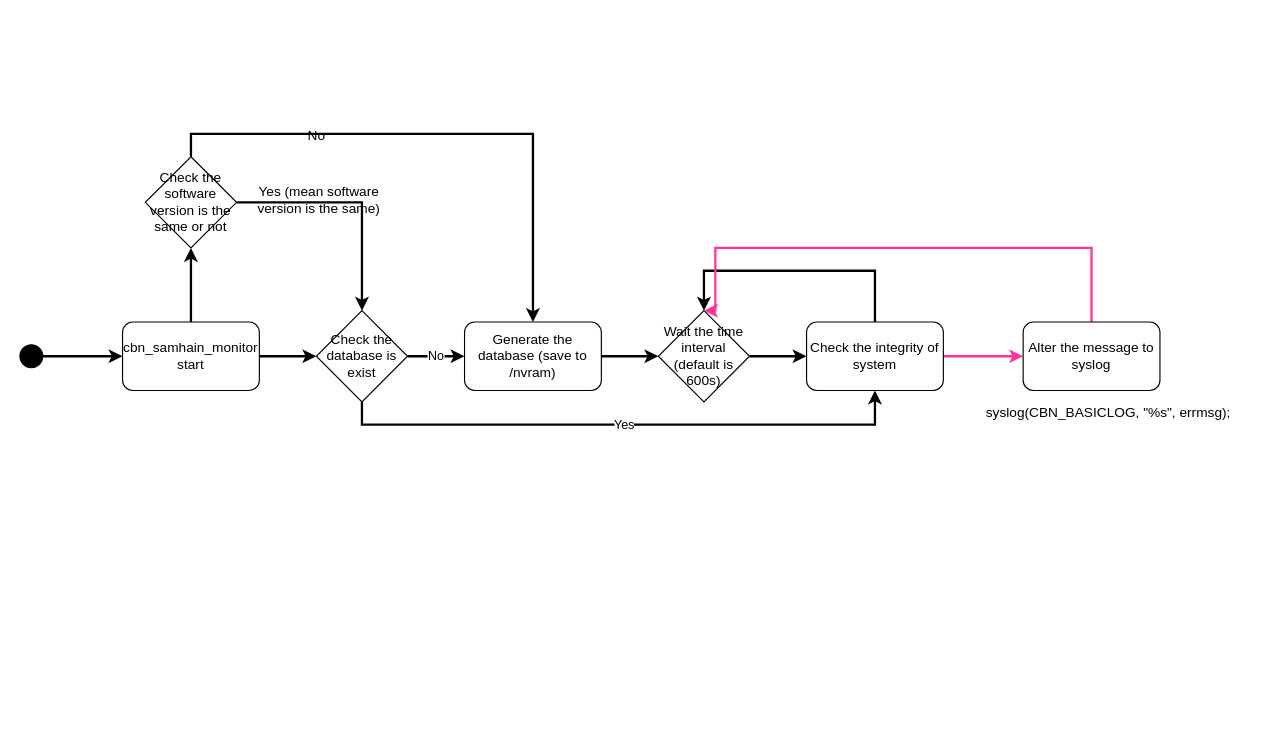
Earlier version of the draw.io diagram page "Samhain Monitor" (5 of 7) of GW7557.drawio (nelsonchung/drawio). Source tidied: cells renumbered, new cells numbered last; positions are measured from the earlier drawing's top-left corner, leaving out a move shared by most shapes. Both pictures are drawn from the tidied source at 114%, with x=0, y=0 at pixel (19, 156).
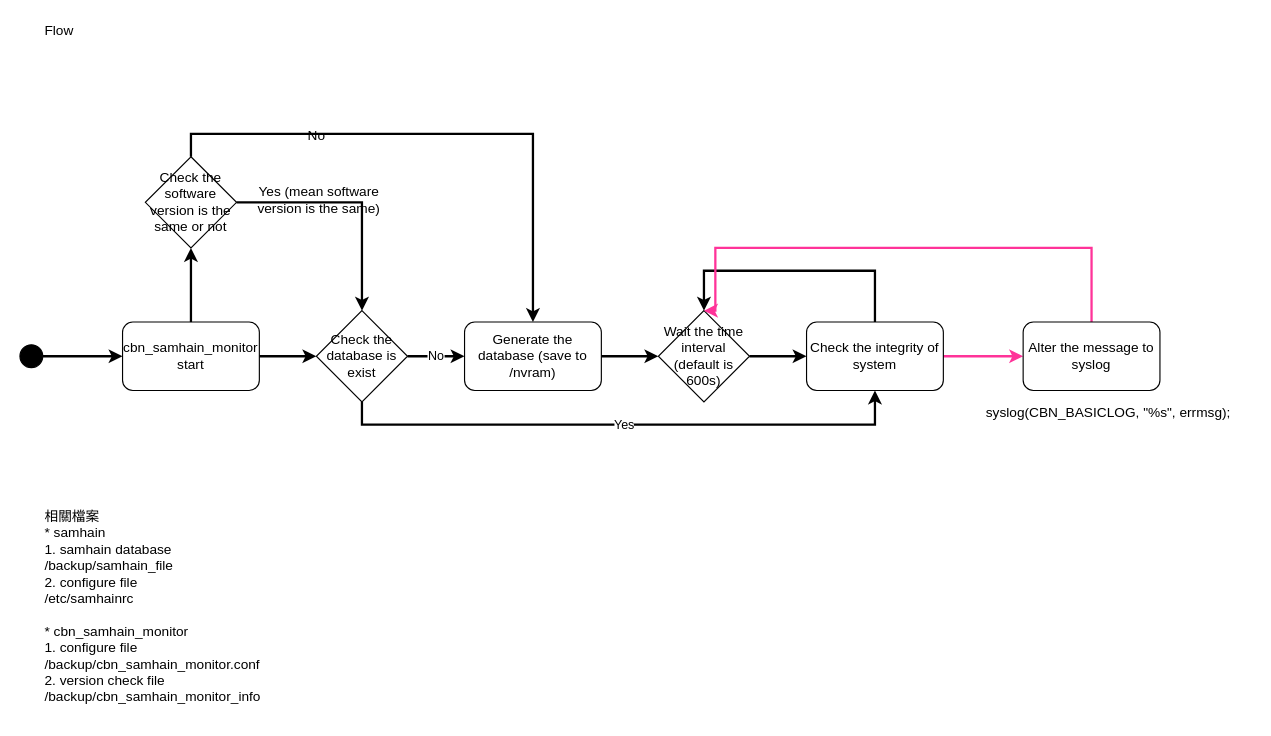
The same diagram, later.

Commit message:
[GW7557] update samhain monitor

Diff of the diagram source:
```diff
@@
+    <mxCell id="25" value="Flow&amp;nbsp;" style="text;html=1;strokeColor=none;fillColor=none;align=left;verticalAlign=middle;whiteSpace=wrap;rounded=0;labelBackgroundColor=none;fontSize=12;fontColor=#000000;" parent="1" vertex="1">
+      <mxGeometry x="20" y="-120" width="140" height="20" as="geometry" />
+    </mxCell>
+    <mxCell id="26" value="相關檔案&lt;br&gt;* samhain&lt;br&gt;1. samhain database&lt;br&gt;/backup/samhain_file&lt;br&gt;2. configure file&lt;br&gt;/etc/samhainrc&lt;br&gt;&lt;br&gt;* cbn_samhain_monitor&lt;br&gt;1. configure file&lt;br&gt;/backup/cbn_samhain_monitor.conf&lt;br&gt;2. version check file&lt;br&gt;/backup/cbn_samhain_monitor_info" style="text;html=1;strokeColor=none;fillColor=none;align=left;verticalAlign=top;whiteSpace=wrap;rounded=0;labelBackgroundColor=none;fontSize=12;fontColor=#000000;" parent="1" vertex="1">
+      <mxGeometry x="20" y="302" width="190" height="190" as="geometry" />
+    </mxCell>
```
